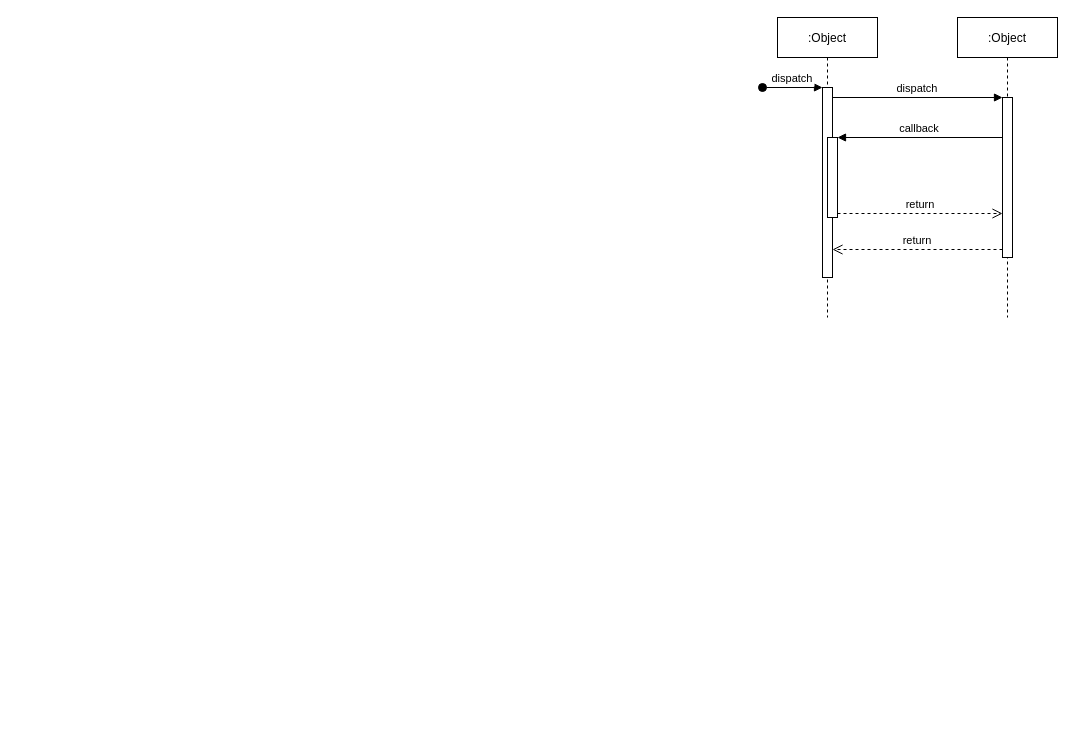
Earlier version of the draw.io diagram 站点.drawio (panzuning/pzn). Source tidied: cells renumbered, new cells numbered last; positions are measured from the earlier drawing's top-left corner, leaving out a move shared by most shapes. Both pictures are drawn from the tidied source at 100%, with x=0, y=0 at pixel (762, 17).
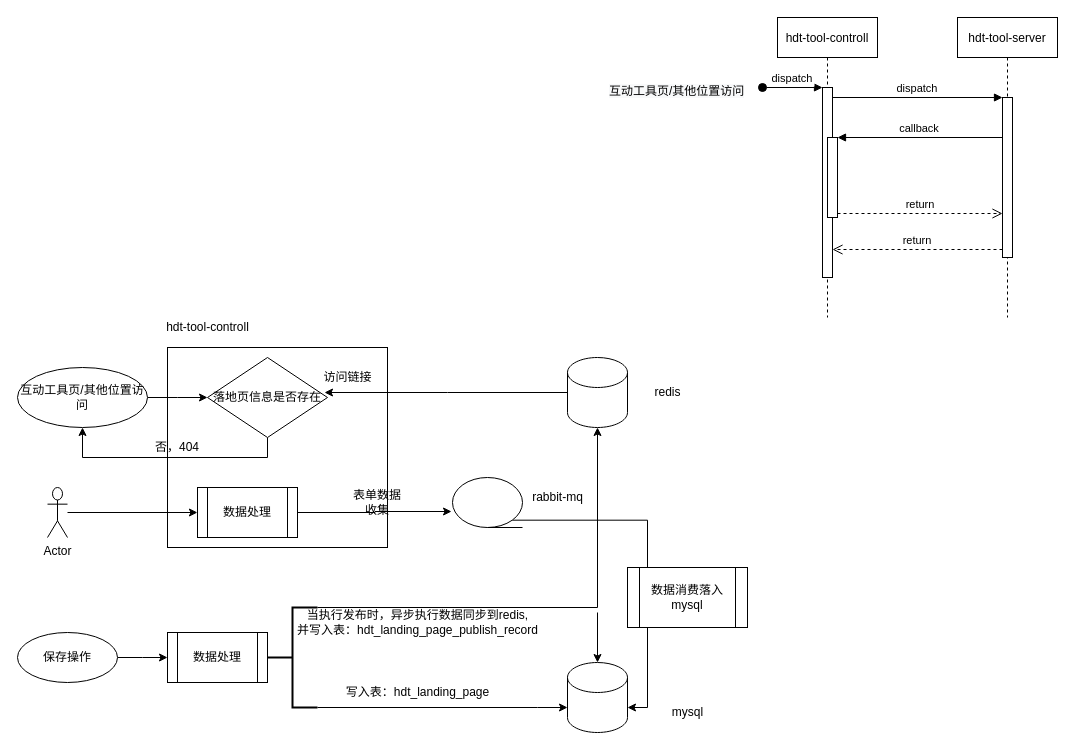
After the change.

The edit, as a diff of the source:
```diff
@@
+    <mxCell id="12" style="rounded=0;whiteSpace=wrap;html=1;" parent="1" vertex="1">
+      <mxGeometry x="-595" y="330" width="220" height="200" as="geometry" />
+    </mxCell>
-    <mxCell id="2" value=":Object" style="shape=umlLifeline;perimeter=lifelinePerimeter;rounded=0;shadow=0;strokeWidth=1;" parent="1" vertex="1">
+    <mxCell id="2" value="hdt-tool-controll" style="shape=umlLifeline;perimeter=lifelinePerimeter;rounded=0;shadow=0;strokeWidth=1;" parent="1" vertex="1">
       <mxGeometry x="15" width="100" height="300" as="geometry" />
     </mxCell>
@@
-    <mxCell id="6" value=":Object" style="shape=umlLifeline;perimeter=lifelinePerimeter;rounded=0;shadow=0;strokeWidth=1;" parent="1" vertex="1">
+    <mxCell id="6" value="hdt-tool-server" style="shape=umlLifeline;perimeter=lifelinePerimeter;rounded=0;shadow=0;strokeWidth=1;" parent="1" vertex="1">
       <mxGeometry x="195" width="100" height="300" as="geometry" />
     </mxCell>
@@
+    <mxCell id="13" style="edgeStyle=orthogonalEdgeStyle;rounded=0;jettySize=auto;html=1;" parent="1" edge="1" source="14">
+      <mxGeometry relative="1" as="geometry">
+        <mxPoint x="-555" y="380" as="targetPoint" />
+      </mxGeometry>
+    </mxCell>
+    <mxCell id="14" value="&lt;span&gt;互动工具页/其他位置访问&lt;/span&gt;" style="ellipse;whiteSpace=wrap;html=1;" parent="1" vertex="1">
+      <mxGeometry x="-745" y="350" width="130" height="60" as="geometry" />
+    </mxCell>
+    <mxCell id="15" value="访问链接" style="text;html=1;align=center;verticalAlign=middle;points=[];" parent="1" vertex="1">
+      <mxGeometry x="-445" y="350" width="60" height="20" as="geometry" />
+    </mxCell>
+    <mxCell id="16" style="edgeStyle=orthogonalEdgeStyle;rounded=0;jettySize=auto;html=1;entryX=0.117;entryY=1.25;entryDx=0;entryDy=0;entryPerimeter=0;" parent="1" edge="1" source="17" target="15">
+      <mxGeometry relative="1" as="geometry">
+        <Array as="points">
+          <mxPoint x="-315" y="375" />
+          <mxPoint x="-315" y="375" />
+        </Array>
+      </mxGeometry>
+    </mxCell>
+    <mxCell id="17" style="shape=cylinder3;whiteSpace=wrap;html=1;boundedLbl=1;backgroundOutline=1;size=15;" parent="1" vertex="1">
+      <mxGeometry x="-195" y="340" width="60" height="70" as="geometry" />
+    </mxCell>
+    <mxCell id="18" value="redis" style="text;html=1;align=center;verticalAlign=middle;" parent="1" vertex="1">
+      <mxGeometry x="-115" y="365" width="40" height="20" as="geometry" />
+    </mxCell>
+    <mxCell id="19" value="&lt;span style=&quot;color: rgb(0, 0, 0); font-family: helvetica; font-size: 12px; font-style: normal; font-weight: 400; letter-spacing: normal; text-align: center; text-indent: 0px; text-transform: none; word-spacing: 0px; background-color: rgb(248, 249, 250); display: inline; float: none;&quot;&gt;互动工具页/其他位置访问&lt;/span&gt;" style="text;whiteSpace=wrap;html=1;" parent="1" vertex="1">
+      <mxGeometry x="-155" y="60" width="160" height="30" as="geometry" />
+    </mxCell>
+    <mxCell id="20" value="hdt-tool-controll" style="text;html=1;align=center;verticalAlign=middle;" parent="1" vertex="1">
+      <mxGeometry x="-605" y="300" width="100" height="20" as="geometry" />
+    </mxCell>
+    <mxCell id="21" style="edgeStyle=orthogonalEdgeStyle;rounded=0;jettySize=auto;html=1;exitX=0.5;exitY=1;exitDx=0;exitDy=0;entryX=0.5;entryY=1;entryDx=0;entryDy=0;" parent="1" edge="1" source="22" target="14">
+      <mxGeometry relative="1" as="geometry" />
+    </mxCell>
+    <mxCell id="22" value="落地页信息是否存在" style="rhombus;whiteSpace=wrap;html=1;" parent="1" vertex="1">
+      <mxGeometry x="-555" y="340" width="120" height="80" as="geometry" />
+    </mxCell>
+    <mxCell id="23" value="否，404" style="text;html=1;strokeColor=none;fillColor=none;align=center;verticalAlign=middle;whiteSpace=wrap;rounded=0;" parent="1" vertex="1">
+      <mxGeometry x="-615" y="420" width="60" height="20" as="geometry" />
+    </mxCell>
+    <mxCell id="24" style="edgeStyle=orthogonalEdgeStyle;rounded=0;jettySize=auto;html=1;" parent="1" edge="1" source="25">
+      <mxGeometry relative="1" as="geometry">
+        <mxPoint x="-595" y="640" as="targetPoint" />
+      </mxGeometry>
+    </mxCell>
+    <mxCell id="25" value="保存操作" style="ellipse;whiteSpace=wrap;html=1;" parent="1" vertex="1">
+      <mxGeometry x="-745" y="615" width="100" height="50" as="geometry" />
+    </mxCell>
+    <mxCell id="26" style="shape=cylinder3;whiteSpace=wrap;html=1;boundedLbl=1;backgroundOutline=1;size=15;" parent="1" vertex="1">
+      <mxGeometry x="-195" y="645" width="60" height="70" as="geometry" />
+    </mxCell>
+    <mxCell id="27" value="mysql" style="text;html=1;align=center;verticalAlign=middle;" parent="1" vertex="1">
+      <mxGeometry x="-100" y="685" width="50" height="20" as="geometry" />
+    </mxCell>
+    <mxCell id="28" value="写入表：hdt_landing_page" style="text;html=1;align=center;verticalAlign=middle;" parent="1" vertex="1">
+      <mxGeometry x="-425" y="665" width="160" height="20" as="geometry" />
+    </mxCell>
+    <mxCell id="29" value="数据处理" style="shape=process;whiteSpace=wrap;html=1;backgroundOutline=1;" parent="1" vertex="1">
+      <mxGeometry x="-595" y="615" width="100" height="50" as="geometry" />
+    </mxCell>
+    <mxCell id="30" style="edgeStyle=orthogonalEdgeStyle;rounded=0;jettySize=auto;html=1;exitX=1;exitY=0;exitDx=0;exitDy=0;exitPerimeter=0;entryX=0.5;entryY=1;entryDx=0;entryDy=0;entryPerimeter=0;" parent="1" edge="1" source="32" target="17">
+      <mxGeometry relative="1" as="geometry">
+        <Array as="points">
+          <mxPoint x="-165" y="590" />
+        </Array>
+      </mxGeometry>
+    </mxCell>
+    <mxCell id="31" style="edgeStyle=orthogonalEdgeStyle;rounded=0;jettySize=auto;html=1;exitX=1;exitY=1;exitDx=0;exitDy=0;exitPerimeter=0;entryX=0;entryY=0;entryDx=0;entryDy=45;entryPerimeter=0;" parent="1" edge="1" source="32" target="26">
+      <mxGeometry relative="1" as="geometry">
+        <Array as="points">
+          <mxPoint x="-225" y="690" />
+          <mxPoint x="-225" y="690" />
+        </Array>
+      </mxGeometry>
+    </mxCell>
+    <mxCell id="32" style="strokeWidth=2;html=1;shape=mxgraph.flowchart.annotation_2;align=left;labelPosition=right;" parent="1" vertex="1">
+      <mxGeometry x="-495" y="590" width="50" height="100" as="geometry" />
+    </mxCell>
+    <mxCell id="33" style="endArrow=classic;html=1;entryX=0.5;entryY=0;entryDx=0;entryDy=0;entryPerimeter=0;" parent="1" edge="1" target="26">
+      <mxGeometry relative="1" as="geometry">
+        <mxPoint x="-165" y="595" as="sourcePoint" />
+      </mxGeometry>
+    </mxCell>
+    <mxCell id="34" value="当执行发布时，异步执行数据同步到redis,&lt;br&gt;并写入表：hdt_landing_page_publish_record" style="text;html=1;align=center;verticalAlign=middle;" parent="1" vertex="1">
+      <mxGeometry x="-475" y="590" width="260" height="30" as="geometry" />
+    </mxCell>
+    <mxCell id="35" style="edgeStyle=orthogonalEdgeStyle;rounded=0;jettySize=auto;html=1;entryX=0.136;entryY=0.825;entryDx=0;entryDy=0;entryPerimeter=0;" parent="1" edge="1" source="36" target="12">
+      <mxGeometry relative="1" as="geometry" />
+    </mxCell>
+    <mxCell id="36" value="Actor" style="shape=umlActor;verticalLabelPosition=bottom;verticalAlign=top;html=1;outlineConnect=0;" parent="1" vertex="1">
+      <mxGeometry x="-715" y="470" width="20" height="50" as="geometry" />
+    </mxCell>
+    <mxCell id="37" style="edgeStyle=orthogonalEdgeStyle;rounded=0;jettySize=auto;html=1;exitX=1;exitY=0.5;exitDx=0;exitDy=0;entryX=-0.014;entryY=0.68;entryDx=0;entryDy=0;entryPerimeter=0;" parent="1" edge="1" source="38" target="40">
+      <mxGeometry relative="1" as="geometry" />
+    </mxCell>
+    <mxCell id="38" value="数据处理" style="shape=process;whiteSpace=wrap;html=1;backgroundOutline=1;" parent="1" vertex="1">
+      <mxGeometry x="-565" y="470" width="100" height="50" as="geometry" />
+    </mxCell>
+    <mxCell id="39" style="edgeStyle=orthogonalEdgeStyle;rounded=0;jettySize=auto;html=1;exitX=1;exitY=1;exitDx=0;exitDy=0;entryX=1;entryY=0;entryDx=0;entryDy=45;entryPerimeter=0;" parent="1" edge="1" source="40" target="26">
+      <mxGeometry relative="1" as="geometry" />
+    </mxCell>
+    <mxCell id="40" style="shape=tapeData;whiteSpace=wrap;html=1;perimeter=ellipsePerimeter;" parent="1" vertex="1">
+      <mxGeometry x="-310" y="460" width="70" height="50" as="geometry" />
+    </mxCell>
+    <mxCell id="41" value="rabbit-mq" style="text;html=1;align=center;verticalAlign=middle;" parent="1" vertex="1">
+      <mxGeometry x="-240" y="470" width="70" height="20" as="geometry" />
+    </mxCell>
+    <mxCell id="42" value="表单数据收集" style="text;html=1;strokeColor=none;fillColor=none;align=center;verticalAlign=middle;whiteSpace=wrap;rounded=0;" parent="1" vertex="1">
+      <mxGeometry x="-415" y="475" width="60" height="20" as="geometry" />
+    </mxCell>
+    <mxCell id="43" value="数据消费落入mysql" style="shape=process;whiteSpace=wrap;html=1;backgroundOutline=1;" parent="1" vertex="1">
+      <mxGeometry x="-135" y="550" width="120" height="60" as="geometry" />
+    </mxCell>
```
